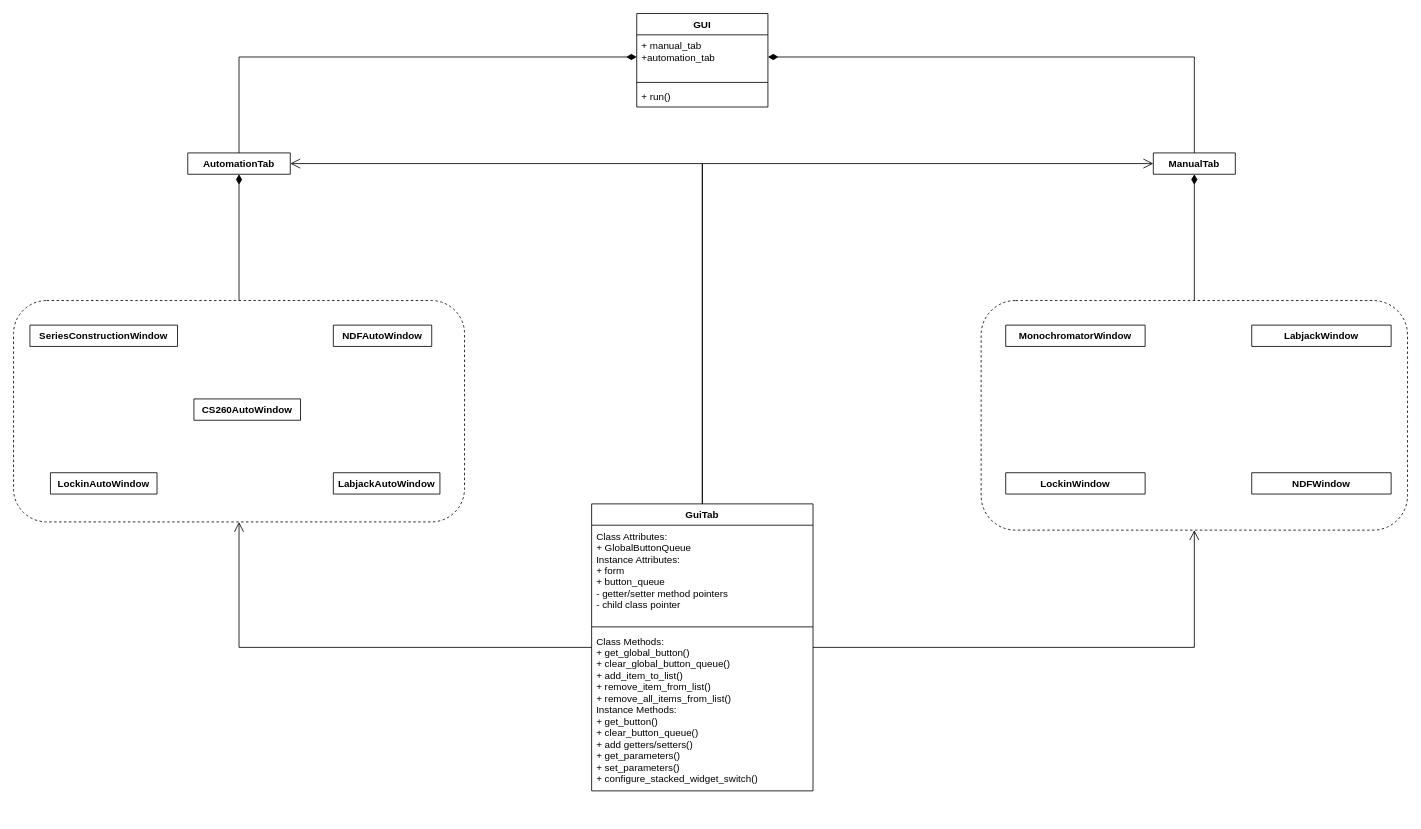
samcondon4/SPHEREx-lab-tools keeps this draw.io diagram as SPHEREx-Calibration-Automation/diagrams_and_presentations/GUI_UML.drawio. Above is the earlier version. Source tidied: cells renumbered, new cells numbered last; positions are measured from the earlier drawing's top-left corner, leaving out a move shared by most shapes. Both pictures are drawn from the tidied source at 82%, with x=0, y=0 at pixel (13, 13).
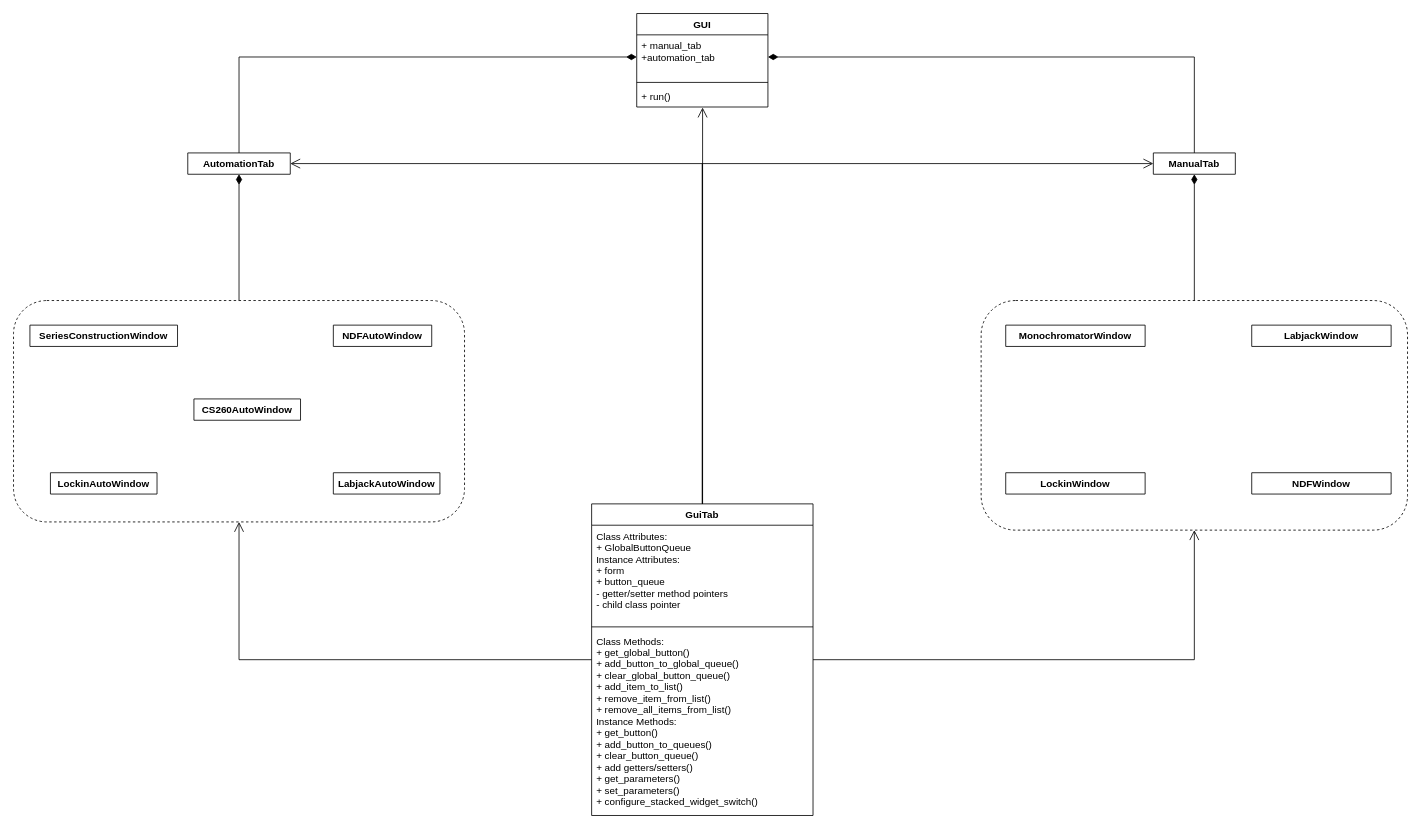
The same page after the edit.

Unchanged cells that the change refers to:
```xml
<mxCell id="9" value="+ run()" style="text;strokeColor=none;fillColor=none;align=left;verticalAlign=top;spacingLeft=4;spacingRight=4;overflow=hidden;points=[[0,0.5],[1,0.5]];portConstraint=eastwest;" parent="6" vertex="1">
  <mxGeometry y="88" width="160" height="26" as="geometry" />
</mxCell>
```

What changed in the source:
```diff
@@
+    <mxCell id="31" style="edgeStyle=orthogonalEdgeStyle;rounded=0;jettySize=auto;html=1;entryX=0.502;entryY=1.024;entryDx=0;entryDy=0;entryPerimeter=0;endArrow=open;endFill=0;endSize=10;" parent="1" edge="1" source="14" target="9">
+      <mxGeometry relative="1" as="geometry">
+        <Array as="points">
+          <mxPoint x="840" y="115" />
+        </Array>
+      </mxGeometry>
+    </mxCell>
     <mxCell id="14" value="GuiTab" style="swimlane;fontStyle=1;align=center;verticalAlign=top;horizontal=1;startSize=26;" parent="1" vertex="1">
-      <mxGeometry x="705" y="598" width="270" height="350" as="geometry" />
+      <mxGeometry x="705" y="598" width="270" height="380" as="geometry" />
     </mxCell>
@@
-    <mxCell id="17" value="Class Methods:&#10;+ get_global_button()&#10;+ clear_global_button_queue()&#10;+ add_item_to_list()&#10;+ remove_item_from_list()&#10;+ remove_all_items_from_list()&#10;Instance Methods:&#10;+ get_button()&#10;+ clear_button_queue()&#10;+ add getters/setters()&#10;+ get_parameters()&#10;+ set_parameters()&#10;+ configure_stacked_widget_switch()" style="text;strokeColor=none;fillColor=none;align=left;verticalAlign=top;spacingLeft=4;spacingRight=4;overflow=hidden;" parent="14" vertex="1">
-      <mxGeometry y="154" width="270" height="196" as="geometry" />
+    <mxCell id="17" value="Class Methods:&#10;+ get_global_button()&#10;+ add_button_to_global_queue()&#10;+ clear_global_button_queue()&#10;+ add_item_to_list()&#10;+ remove_item_from_list()&#10;+ remove_all_items_from_list()&#10;Instance Methods:&#10;+ get_button()&#10;+ add_button_to_queues()&#10;+ clear_button_queue()&#10;+ add getters/setters()&#10;+ get_parameters()&#10;+ set_parameters()&#10;+ configure_stacked_widget_switch()" style="text;strokeColor=none;fillColor=none;align=left;verticalAlign=top;spacingLeft=4;spacingRight=4;overflow=hidden;" parent="14" vertex="1">
+      <mxGeometry y="154" width="270" height="226" as="geometry" />
     </mxCell>
```
